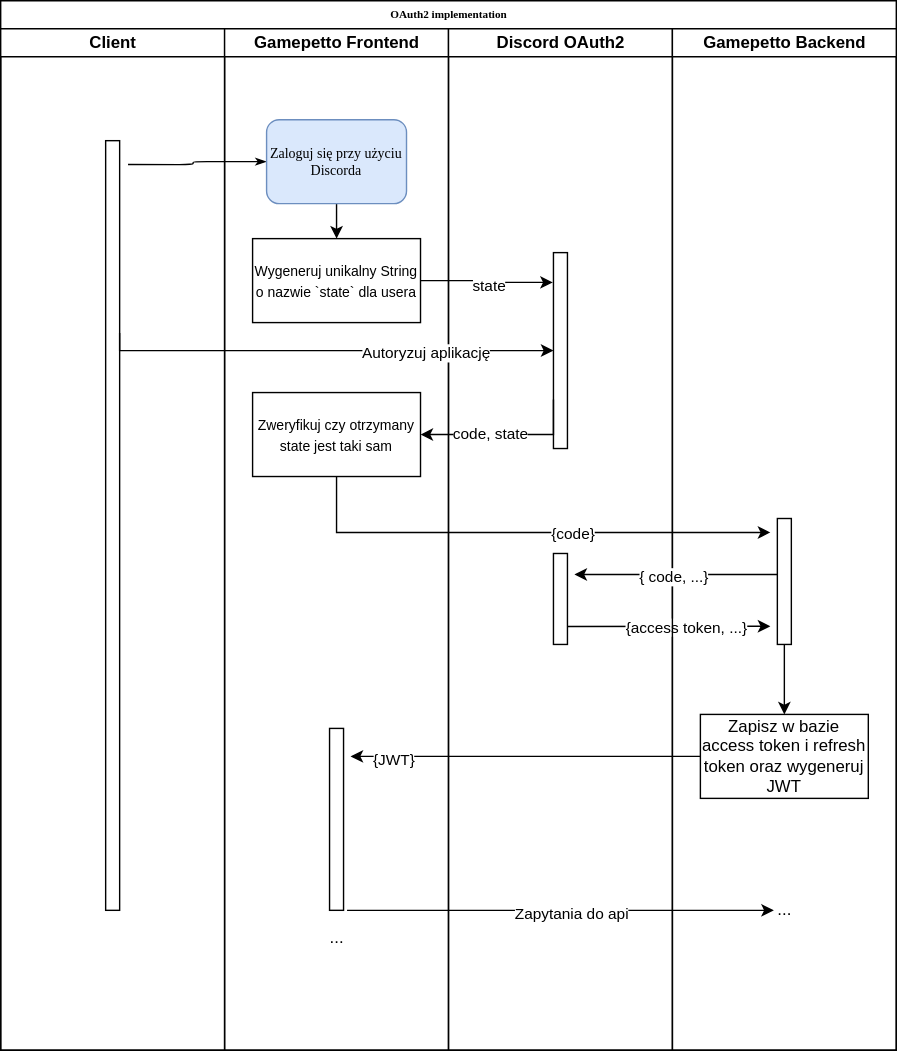
The draw.io diagram gamepetto/Gamepetto OAuth.svg in improvise-intend-implement/organization, before a commit. Source tidied: cells renumbered, new cells last; positions are measured from the earlier drawing's top-left corner, leaving out a move shared by most shapes. Its diagram source:
```xml
<mxGraphModel background="#ffffff">
  <root>
    <mxCell id="0" />
    <mxCell id="1" parent="0" />
    <mxCell id="2" value="OAuth2 implementation" style="swimlane;html=1;startSize=20;rounded=0;shadow=0;labelBackgroundColor=none;strokeWidth=1;fontFamily=Verdana;fontSize=8;align=center;" parent="1" vertex="1">
      <mxGeometry width="640" height="750" as="geometry" />
    </mxCell>
    <mxCell id="3" value="Client" style="swimlane;html=1;startSize=20;" parent="2" vertex="1">
      <mxGeometry y="20" width="160" height="730" as="geometry" />
    </mxCell>
    <mxCell id="4" style="rounded=0;whiteSpace=wrap;html=1;" parent="3" vertex="1">
      <mxGeometry x="75" y="80" width="10" height="550" as="geometry" />
    </mxCell>
    <mxCell id="5" style="edgeStyle=orthogonalEdgeStyle;rounded=1;html=1;labelBackgroundColor=none;startArrow=none;startFill=0;startSize=5;endArrow=classicThin;endFill=1;endSize=5;jettySize=auto;strokeWidth=1;fontFamily=Verdana;fontSize=8;exitX=1.6;exitY=0.031;exitDx=0;exitDy=0;exitPerimeter=0;" parent="2" edge="1" source="4" target="9">
      <mxGeometry relative="1" as="geometry" />
    </mxCell>
    <mxCell id="6" value="Gamepetto Frontend" style="swimlane;html=1;startSize=20;" parent="2" vertex="1">
      <mxGeometry x="160" y="20" width="160" height="730" as="geometry" />
    </mxCell>
    <mxCell id="7" style="edgeStyle=orthogonalEdgeStyle;rounded=0;jettySize=auto;html=1;entryX=0.5;entryY=0;entryDx=0;entryDy=0;" parent="6" edge="1" source="9" target="10">
      <mxGeometry relative="1" as="geometry" />
    </mxCell>
    <mxCell id="8" style="rounded=0;whiteSpace=wrap;html=1;" parent="6" vertex="1">
      <mxGeometry x="75" y="500" width="10" height="130" as="geometry" />
    </mxCell>
    <mxCell id="9" value="&lt;font style=&quot;font-size: 10px&quot;&gt;Zaloguj się przy użyciu Discorda&lt;/font&gt;" style="rounded=1;whiteSpace=wrap;html=1;shadow=0;labelBackgroundColor=none;strokeWidth=1;fontFamily=Verdana;fontSize=8;align=center;fillColor=#dae8fc;strokeColor=#6c8ebf;" parent="6" vertex="1">
      <mxGeometry x="30" y="65" width="100" height="60" as="geometry" />
    </mxCell>
    <mxCell id="10" value="&lt;font style=&quot;font-size: 10px&quot;&gt;Wygeneruj unikalny String o nazwie `state` dla usera&lt;/font&gt;" style="rounded=0;whiteSpace=wrap;html=1;" parent="6" vertex="1">
      <mxGeometry x="20" y="150" width="120" height="60" as="geometry" />
    </mxCell>
    <mxCell id="11" value="&lt;font style=&quot;font-size: 10px&quot;&gt;Zweryfikuj czy otrzymany state jest taki sam &lt;/font&gt;" style="rounded=0;whiteSpace=wrap;html=1;" parent="6" vertex="1">
      <mxGeometry x="20" y="260" width="120" height="60" as="geometry" />
    </mxCell>
    <mxCell id="12" value="Discord OAuth2" style="swimlane;html=1;startSize=20;" parent="2" vertex="1">
      <mxGeometry x="320" y="20" width="160" height="730" as="geometry" />
    </mxCell>
    <mxCell id="13" style="endArrow=classic;html=1;" parent="12" edge="1">
      <mxGeometry relative="1" as="geometry">
        <mxPoint x="-72.5" y="630" as="sourcePoint" />
        <mxPoint x="232.5" y="630" as="targetPoint" />
      </mxGeometry>
    </mxCell>
    <mxCell id="14" value="Zapytania do api" style="edgeLabel;html=1;align=center;verticalAlign=middle;" parent="13" vertex="1">
      <mxGeometry x="0.1" y="-2" relative="1" as="geometry">
        <mxPoint x="-7" as="offset" />
      </mxGeometry>
    </mxCell>
    <mxCell id="15" style="rounded=0;whiteSpace=wrap;html=1;" parent="12" vertex="1">
      <mxGeometry x="75" y="160" width="10" height="140" as="geometry" />
    </mxCell>
    <mxCell id="16" style="rounded=0;whiteSpace=wrap;html=1;" parent="12" vertex="1">
      <mxGeometry x="75" y="375" width="10" height="65" as="geometry" />
    </mxCell>
    <mxCell id="17" style="endArrow=classic;html=1;" parent="12" edge="1">
      <mxGeometry relative="1" as="geometry">
        <mxPoint x="85" y="427.2" as="sourcePoint" />
        <mxPoint x="230" y="427" as="targetPoint" />
      </mxGeometry>
    </mxCell>
    <mxCell id="18" value="{access token, ...}" style="edgeLabel;html=1;align=center;verticalAlign=middle;" parent="17" vertex="1">
      <mxGeometry x="-0.6" y="1" relative="1" as="geometry">
        <mxPoint x="56" y="1.3" as="offset" />
      </mxGeometry>
    </mxCell>
    <mxCell id="19" value="Gamepetto Backend" style="swimlane;html=1;startSize=20;" parent="2" vertex="1">
      <mxGeometry x="480" y="20" width="160" height="730" as="geometry" />
    </mxCell>
    <mxCell id="20" style="endArrow=classic;html=1;" parent="19" edge="1">
      <mxGeometry relative="1" as="geometry">
        <mxPoint x="75" y="390" as="sourcePoint" />
        <mxPoint x="-70" y="390" as="targetPoint" />
      </mxGeometry>
    </mxCell>
    <mxCell id="21" value="{ code, ...}" style="edgeLabel;html=1;align=center;verticalAlign=middle;" parent="20" vertex="1">
      <mxGeometry x="0.53" y="1" relative="1" as="geometry">
        <mxPoint x="36" as="offset" />
      </mxGeometry>
    </mxCell>
    <mxCell id="22" value="Zapisz w bazie access token i refresh token oraz wygeneruj JWT" style="rounded=0;whiteSpace=wrap;html=1;" parent="19" vertex="1">
      <mxGeometry x="20" y="490" width="120" height="60" as="geometry" />
    </mxCell>
    <mxCell id="23" style="edgeStyle=orthogonalEdgeStyle;rounded=0;jettySize=auto;html=1;entryX=0.5;entryY=0;entryDx=0;entryDy=0;" parent="19" edge="1" source="24" target="22">
      <mxGeometry relative="1" as="geometry" />
    </mxCell>
    <mxCell id="24" style="rounded=0;whiteSpace=wrap;html=1;" parent="19" vertex="1">
      <mxGeometry x="75" y="350" width="10" height="90" as="geometry" />
    </mxCell>
    <mxCell id="25" style="edgeStyle=orthogonalEdgeStyle;rounded=0;jettySize=auto;html=1;entryX=-0.043;entryY=0.152;entryDx=0;entryDy=0;entryPerimeter=0;" parent="2" edge="1" source="10" target="15">
      <mxGeometry relative="1" as="geometry" />
    </mxCell>
    <mxCell id="26" value="state" style="edgeLabel;html=1;align=center;verticalAlign=middle;" parent="25" vertex="1">
      <mxGeometry x="0.05" y="-2" relative="1" as="geometry" />
    </mxCell>
    <mxCell id="27" style="edgeStyle=orthogonalEdgeStyle;rounded=0;jettySize=auto;html=1;exitX=1;exitY=0.25;exitDx=0;exitDy=0;" parent="2" edge="1" source="4" target="15">
      <mxGeometry relative="1" as="geometry">
        <Array as="points">
          <mxPoint x="85" y="250" />
        </Array>
      </mxGeometry>
    </mxCell>
    <mxCell id="28" value="Autoryzuj aplikację" style="edgeLabel;html=1;align=center;verticalAlign=middle;" parent="27" vertex="1">
      <mxGeometry x="0.43" y="-1" relative="1" as="geometry" />
    </mxCell>
    <mxCell id="29" style="edgeStyle=orthogonalEdgeStyle;rounded=0;jettySize=auto;html=1;exitX=0;exitY=0.75;exitDx=0;exitDy=0;" parent="2" edge="1" source="15" target="11">
      <mxGeometry relative="1" as="geometry">
        <Array as="points">
          <mxPoint x="395" y="310" />
        </Array>
      </mxGeometry>
    </mxCell>
    <mxCell id="30" value="code, state" style="edgeLabel;html=1;align=center;verticalAlign=middle;" parent="29" vertex="1">
      <mxGeometry x="0.46" relative="1" as="geometry">
        <mxPoint x="17.9" as="offset" />
      </mxGeometry>
    </mxCell>
    <mxCell id="31" style="edgeStyle=orthogonalEdgeStyle;rounded=0;jettySize=auto;html=1;" parent="2" edge="1" source="11">
      <mxGeometry relative="1" as="geometry">
        <mxPoint x="550" y="380" as="targetPoint" />
        <Array as="points">
          <mxPoint x="240" y="380" />
        </Array>
      </mxGeometry>
    </mxCell>
    <mxCell id="32" value="{code}" style="edgeLabel;html=1;align=center;verticalAlign=middle;" parent="31" vertex="1">
      <mxGeometry x="0.19" relative="1" as="geometry" />
    </mxCell>
    <mxCell id="33" style="edgeStyle=orthogonalEdgeStyle;rounded=0;jettySize=auto;html=1;" parent="2" edge="1" source="22">
      <mxGeometry relative="1" as="geometry">
        <mxPoint x="250" y="540" as="targetPoint" />
      </mxGeometry>
    </mxCell>
    <mxCell id="34" value="{JWT}" style="edgeLabel;html=1;align=center;verticalAlign=middle;" parent="33" vertex="1">
      <mxGeometry x="0.81" y="2" relative="1" as="geometry">
        <mxPoint x="6" as="offset" />
      </mxGeometry>
    </mxCell>
    <mxCell id="35" value="..." style="text;html=1;align=center;verticalAlign=middle;" parent="1" vertex="1">
      <mxGeometry x="225" y="660" width="30" height="20" as="geometry" />
    </mxCell>
    <mxCell id="36" value="..." style="text;html=1;align=center;verticalAlign=middle;" parent="1" vertex="1">
      <mxGeometry x="545" y="640" width="30" height="20" as="geometry" />
    </mxCell>
  </root>
</mxGraphModel>
```
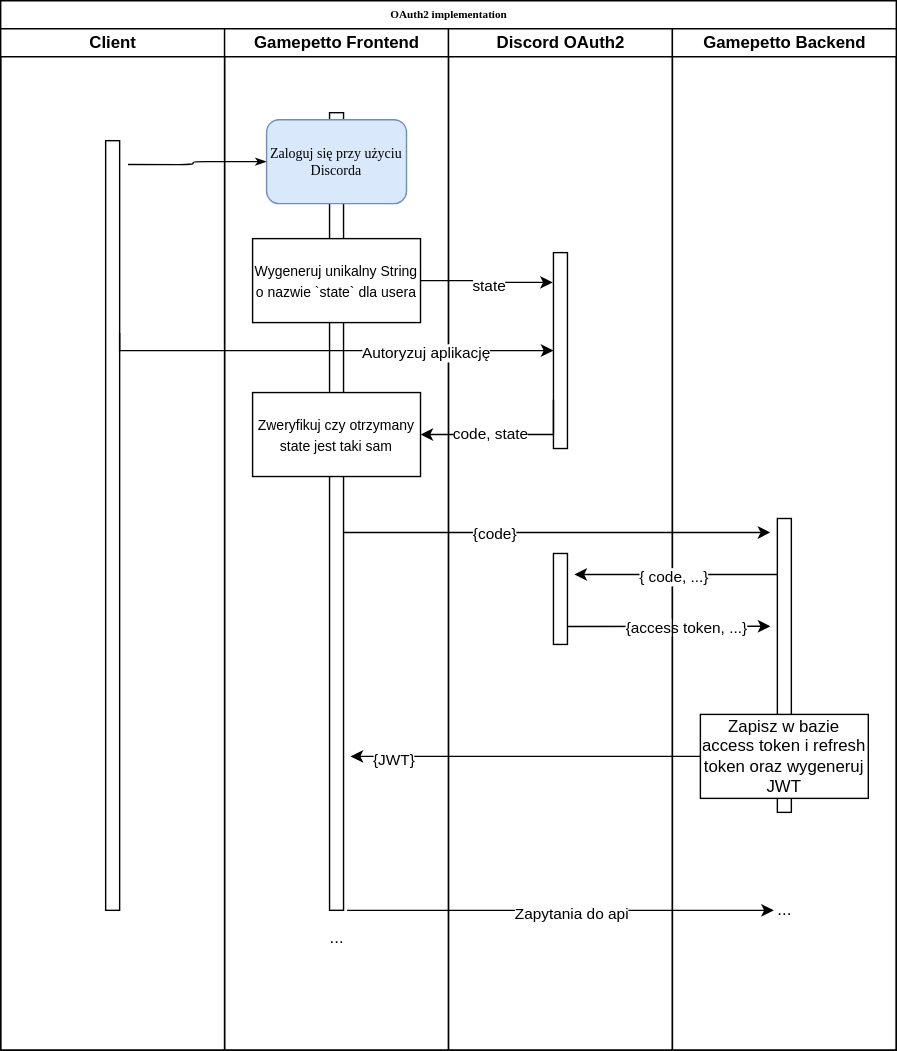
Above is the later version.

Commit message:
poprawa przebiegu

Diff of the diagram source:
```diff
@@ -21,7 +21,7 @@
       <mxGeometry relative="1" as="geometry" />
     </mxCell>
     <mxCell id="8" style="rounded=0;whiteSpace=wrap;html=1;" parent="6" vertex="1">
-      <mxGeometry x="75" y="500" width="10" height="130" as="geometry" />
+      <mxGeometry x="75" y="60" width="10" height="570" as="geometry" />
     </mxCell>
     <mxCell id="9" value="&lt;font style=&quot;font-size: 10px&quot;&gt;Zaloguj się przy użyciu Discorda&lt;/font&gt;" style="rounded=1;whiteSpace=wrap;html=1;shadow=0;labelBackgroundColor=none;strokeWidth=1;fontFamily=Verdana;fontSize=8;align=center;fillColor=#dae8fc;strokeColor=#6c8ebf;" parent="6" vertex="1">
       <mxGeometry x="30" y="65" width="100" height="60" as="geometry" />
@@ -32,6 +32,15 @@
     <mxCell id="11" value="&lt;font style=&quot;font-size: 10px&quot;&gt;Zweryfikuj czy otrzymany state jest taki sam &lt;/font&gt;" style="rounded=0;whiteSpace=wrap;html=1;" parent="6" vertex="1">
       <mxGeometry x="20" y="260" width="120" height="60" as="geometry" />
     </mxCell>
+    <mxCell id="37" style="endArrow=classic;html=1;" parent="6" edge="1">
+      <mxGeometry relative="1" as="geometry">
+        <mxPoint x="85" y="360" as="sourcePoint" />
+        <mxPoint x="390" y="360" as="targetPoint" />
+      </mxGeometry>
+    </mxCell>
+    <mxCell id="32" value="{code}" style="edgeLabel;html=1;align=center;verticalAlign=middle;" parent="37" vertex="1">
+      <mxGeometry x="-0.3" relative="1" as="geometry" />
+    </mxCell>
     <mxCell id="12" value="Discord OAuth2" style="swimlane;html=1;startSize=20;" parent="2" vertex="1">
       <mxGeometry x="320" y="20" width="160" height="730" as="geometry" />
     </mxCell>
@@ -77,15 +86,12 @@
         <mxPoint x="36" as="offset" />
       </mxGeometry>
     </mxCell>
+    <mxCell id="24" style="rounded=0;whiteSpace=wrap;html=1;" parent="19" vertex="1">
+      <mxGeometry x="75" y="350" width="10" height="210" as="geometry" />
+    </mxCell>
     <mxCell id="22" value="Zapisz w bazie access token i refresh token oraz wygeneruj JWT" style="rounded=0;whiteSpace=wrap;html=1;" parent="19" vertex="1">
       <mxGeometry x="20" y="490" width="120" height="60" as="geometry" />
     </mxCell>
-    <mxCell id="23" style="edgeStyle=orthogonalEdgeStyle;rounded=0;jettySize=auto;html=1;entryX=0.5;entryY=0;entryDx=0;entryDy=0;" parent="19" edge="1" source="24" target="22">
-      <mxGeometry relative="1" as="geometry" />
-    </mxCell>
-    <mxCell id="24" style="rounded=0;whiteSpace=wrap;html=1;" parent="19" vertex="1">
-      <mxGeometry x="75" y="350" width="10" height="90" as="geometry" />
-    </mxCell>
     <mxCell id="25" style="edgeStyle=orthogonalEdgeStyle;rounded=0;jettySize=auto;html=1;entryX=-0.043;entryY=0.152;entryDx=0;entryDy=0;entryPerimeter=0;" parent="2" edge="1" source="10" target="15">
       <mxGeometry relative="1" as="geometry" />
     </mxCell>
@@ -114,17 +120,6 @@
         <mxPoint x="17.9" as="offset" />
       </mxGeometry>
     </mxCell>
-    <mxCell id="31" style="edgeStyle=orthogonalEdgeStyle;rounded=0;jettySize=auto;html=1;" parent="2" edge="1" source="11">
-      <mxGeometry relative="1" as="geometry">
-        <mxPoint x="550" y="380" as="targetPoint" />
-        <Array as="points">
-          <mxPoint x="240" y="380" />
-        </Array>
-      </mxGeometry>
-    </mxCell>
-    <mxCell id="32" value="{code}" style="edgeLabel;html=1;align=center;verticalAlign=middle;" parent="31" vertex="1">
-      <mxGeometry x="0.19" relative="1" as="geometry" />
-    </mxCell>
     <mxCell id="33" style="edgeStyle=orthogonalEdgeStyle;rounded=0;jettySize=auto;html=1;" parent="2" edge="1" source="22">
       <mxGeometry relative="1" as="geometry">
         <mxPoint x="250" y="540" as="targetPoint" />
```
